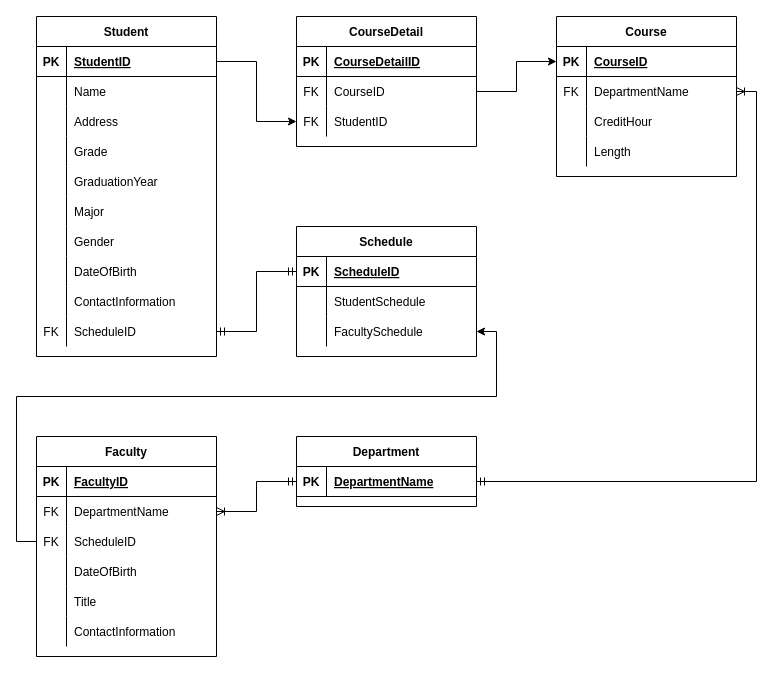
JerryJi002/Diagrams keeps this draw.io diagram as National Education Associates ERD.drawio. Above is the earlier version. Source tidied: cells renumbered, new cells numbered last; positions are measured from the earlier drawing's top-left corner, leaving out a move shared by most shapes. Both pictures are drawn from the tidied source at 100%, with x=0, y=0 at pixel (16, 16).
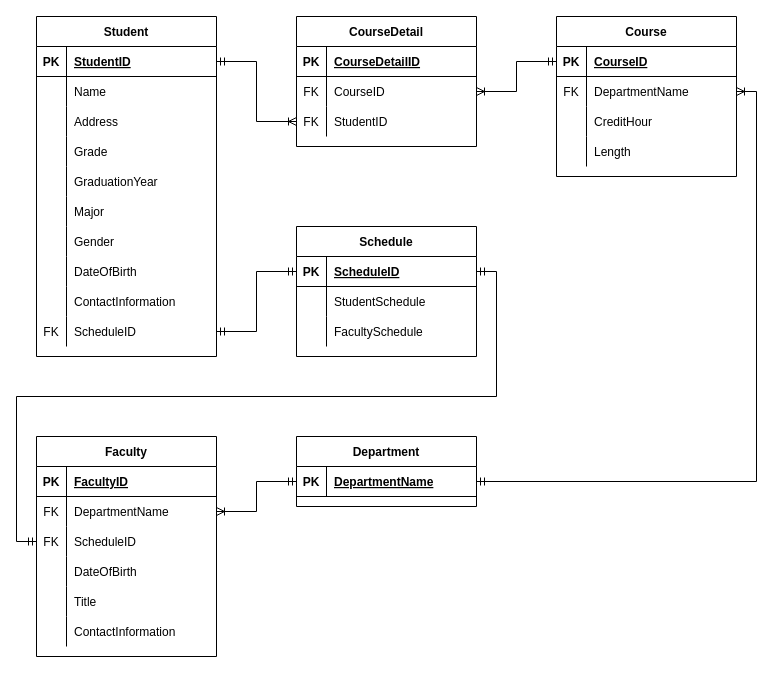
Above is the later version.

Unchanged cells that the change refers to:
```xml
<mxCell id="3" style="shape=tableRow;horizontal=0;startSize=0;swimlaneHead=0;swimlaneBody=0;fillColor=none;points=[[0,0.5],[1,0.5]];portConstraint=eastwest;top=0;left=0;right=0;bottom=1;" parent="2" vertex="1">
  <mxGeometry y="30" width="180" height="30" as="geometry" />
</mxCell>
<mxCell id="34" style="shape=tableRow;horizontal=0;startSize=0;swimlaneHead=0;swimlaneBody=0;fillColor=none;points=[[0,0.5],[1,0.5]];portConstraint=eastwest;top=0;left=0;right=0;bottom=1;" parent="33" vertex="1">
  <mxGeometry y="30" width="180" height="30" as="geometry" />
</mxCell>
<mxCell id="40" style="shape=tableRow;horizontal=0;startSize=0;swimlaneHead=0;swimlaneBody=0;fillColor=none;points=[[0,0.5],[1,0.5]];portConstraint=eastwest;top=0;left=0;right=0;bottom=0;" parent="33" vertex="1">
  <mxGeometry y="90" width="180" height="30" as="geometry" />
</mxCell>
<mxCell id="50" style="shape=tableRow;horizontal=0;startSize=0;swimlaneHead=0;swimlaneBody=0;fillColor=none;points=[[0,0.5],[1,0.5]];portConstraint=eastwest;top=0;left=0;right=0;bottom=0;" parent="43" vertex="1">
  <mxGeometry y="90" width="180" height="30" as="geometry" />
</mxCell>
<mxCell id="67" style="shape=tableRow;horizontal=0;startSize=0;swimlaneHead=0;swimlaneBody=0;fillColor=none;points=[[0,0.5],[1,0.5]];portConstraint=eastwest;top=0;left=0;right=0;bottom=1;" parent="66" vertex="1">
  <mxGeometry y="30" width="180" height="30" as="geometry" />
</mxCell>
<mxCell id="83" style="shape=tableRow;horizontal=0;startSize=0;swimlaneHead=0;swimlaneBody=0;fillColor=none;points=[[0,0.5],[1,0.5]];portConstraint=eastwest;top=0;left=0;right=0;bottom=0;" parent="79" vertex="1">
  <mxGeometry y="60" width="180" height="30" as="geometry" />
</mxCell>
<mxCell id="86" style="shape=tableRow;horizontal=0;startSize=0;swimlaneHead=0;swimlaneBody=0;fillColor=none;points=[[0,0.5],[1,0.5]];portConstraint=eastwest;top=0;left=0;right=0;bottom=0;" parent="79" vertex="1">
  <mxGeometry y="90" width="180" height="30" as="geometry" />
</mxCell>
```

Change to the diagram source:
```diff
@@
-    <mxCell id="90" style="edgeStyle=orthogonalEdgeStyle;rounded=0;jettySize=auto;html=1;exitX=1;exitY=0.5;exitDx=0;exitDy=0;entryX=0;entryY=0.5;entryDx=0;entryDy=0;" parent="1" edge="1" source="3" target="86">
+    <mxCell id="90" style="edgeStyle=orthogonalEdgeStyle;rounded=0;jettySize=auto;html=1;exitX=1;exitY=0.5;exitDx=0;exitDy=0;entryX=0;entryY=0.5;entryDx=0;entryDy=0;startArrow=ERmandOne;startFill=0;endArrow=ERoneToMany;endFill=0;" parent="1" edge="1" source="3" target="86">
       <mxGeometry relative="1" as="geometry" />
     </mxCell>
-    <mxCell id="91" style="edgeStyle=orthogonalEdgeStyle;rounded=0;jettySize=auto;html=1;exitX=1;exitY=0.5;exitDx=0;exitDy=0;entryX=0;entryY=0.5;entryDx=0;entryDy=0;" parent="1" edge="1" source="83" target="67">
+    <mxCell id="91" style="edgeStyle=orthogonalEdgeStyle;rounded=0;jettySize=auto;html=1;exitX=1;exitY=0.5;exitDx=0;exitDy=0;entryX=0;entryY=0.5;entryDx=0;entryDy=0;startArrow=ERoneToMany;startFill=0;endArrow=ERmandOne;endFill=0;" parent="1" edge="1" source="83" target="67">
       <mxGeometry relative="1" as="geometry" />
     </mxCell>
@@
-    <mxCell id="94" style="edgeStyle=orthogonalEdgeStyle;rounded=0;jettySize=auto;html=1;exitX=0;exitY=0.5;exitDx=0;exitDy=0;entryX=1;entryY=0.5;entryDx=0;entryDy=0;" parent="1" edge="1" source="50" target="40">
-      <mxGeometry relative="1" as="geometry">
-        <Array as="points">
-          <mxPoint y="525" />
-          <mxPoint y="380" />
-          <mxPoint x="480" y="380" />
-          <mxPoint x="480" y="315" />
-        </Array>
-      </mxGeometry>
-    </mxCell>
@@
+    <mxCell id="96" style="edgeStyle=orthogonalEdgeStyle;rounded=0;jettySize=auto;html=1;exitX=1;exitY=0.5;exitDx=0;exitDy=0;entryX=0;entryY=0.5;entryDx=0;entryDy=0;startArrow=ERmandOne;startFill=0;endArrow=ERmandOne;endFill=0;" parent="1" edge="1" source="34" target="50">
+      <mxGeometry relative="1" as="geometry">
+        <Array as="points">
+          <mxPoint x="480" y="255" />
+          <mxPoint x="480" y="380" />
+          <mxPoint y="380" />
+          <mxPoint y="525" />
+        </Array>
+      </mxGeometry>
+    </mxCell>
```
